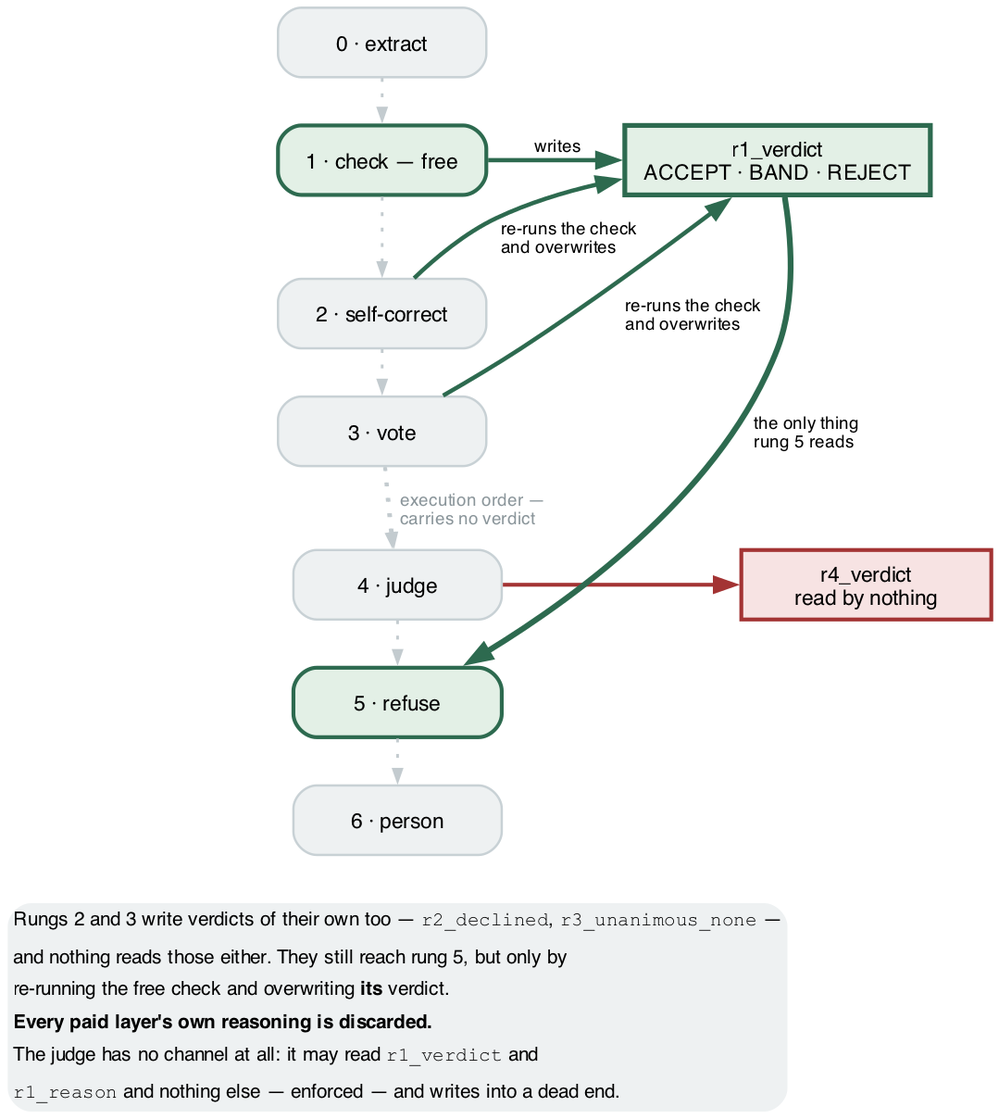
Earlier version of the Graphviz export docs/figures/fig1-wiring.png (wbagais/reliability-ladder). Its source is kept beside it as docs/figures/fig1-wiring.dot.
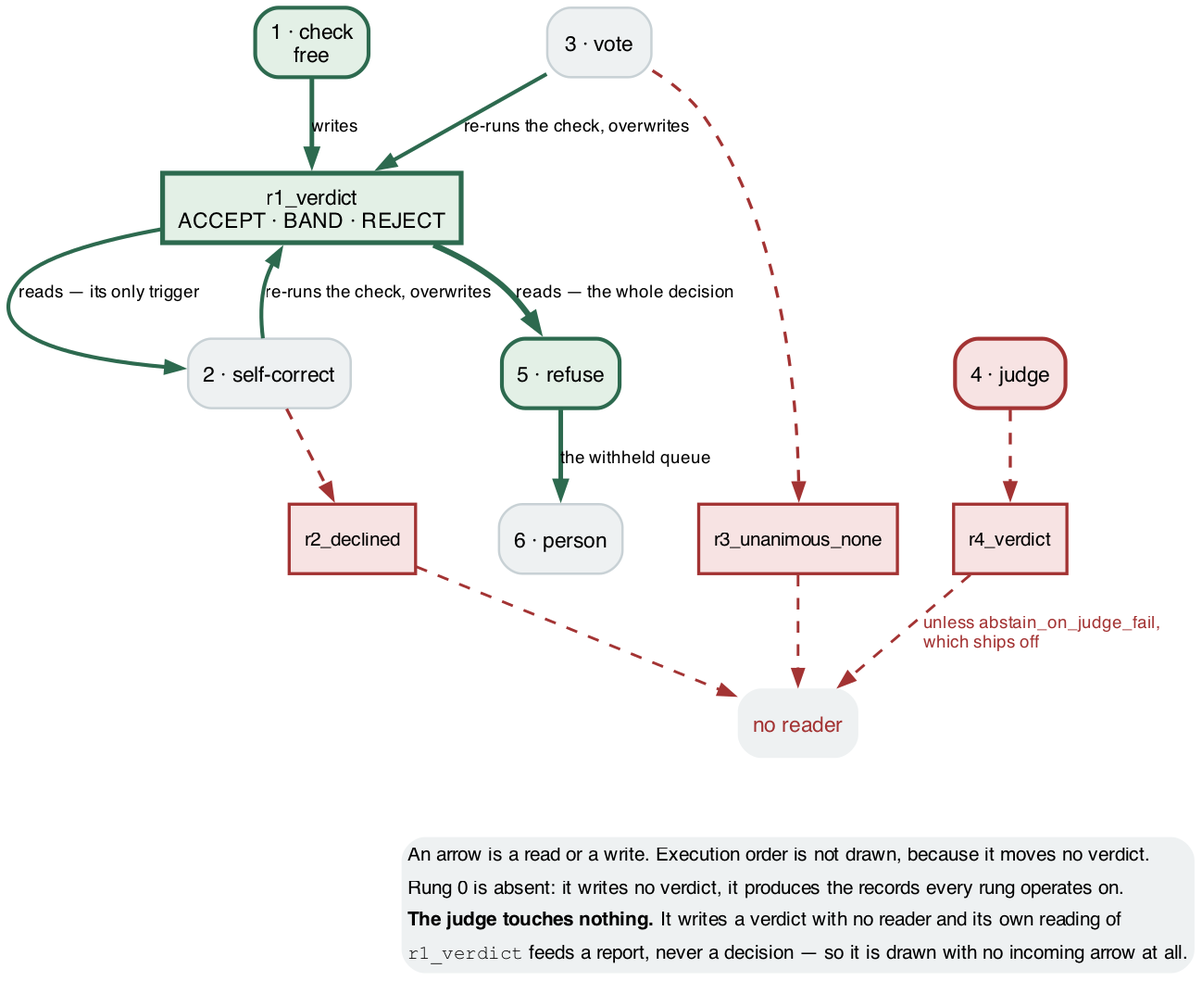
After the change.

Commit message:
redraw the wiring figure again: an arrow means a read or a write

Diff of the diagram source:
```diff
@@ -1,42 +1,45 @@
-digraph wiring {
-  rankdir=TB; bgcolor="white"; ranksep=0.34; nodesep=0.5;
+digraph verdicts {
+  rankdir=TB; bgcolor="white"; ranksep=0.55; nodesep=0.4;
   node [shape=box style="filled,rounded" fontname="Helvetica" fontsize=11
-        fillcolor="#eef1f2" color="#c8d1d5" penwidth=1.2 width=1.5];
-  edge [fontname="Helvetica" fontsize=9];
+        fillcolor="#eef1f2" color="#c8d1d5" penwidth=1.2];
+  edge [fontname="Helvetica" fontsize=9 arrowsize=0.8];
 
-  R0 [label="0 · extract"];
-  R1 [label="1 · check — free" fillcolor="#e3f0e6" color="#2d6a4f" penwidth=2];
+  R1 [label="1 · check\nfree" fillcolor="#e3f0e6" color="#2d6a4f" penwidth=2];
   R2 [label="2 · self-correct"];
   R3 [label="3 · vote"];
-  R4 [label="4 · judge"];
+  R4 [label="4 · judge" fillcolor="#f7e3e3" color="#a33333" penwidth=2];
   R5 [label="5 · refuse" fillcolor="#e3f0e6" color="#2d6a4f" penwidth=2];
   R6 [label="6 · person"];
-  R0 -> R1 -> R2 -> R3 -> R4 -> R5 -> R6
-     [style=dotted color="#c3cbcf" arrowsize=0.6 penwidth=1.4];
-  R3 -> R4 [style=dotted color="#c3cbcf" arrowsize=0.6 penwidth=1.4
-            label="  execution order —\l  carries no verdict\l" fontcolor="#8a959a"];
 
-  V [label="r1_verdict\nACCEPT · BAND · REJECT" fillcolor="#e3f0e6"
-     color="#2d6a4f" penwidth=2.5 style="filled" width=2.2];
-  D [label="r4_verdict\nread by nothing" fillcolor="#f7e3e3" color="#a33333"
-     penwidth=2 style="filled" width=1.8];
+  V [label="r1_verdict\nACCEPT · BAND · REJECT" style=filled fillcolor="#e3f0e6"
+     color="#2d6a4f" penwidth=2.5 shape=box];
+  D2 [label="r2_declined" style=filled fillcolor="#f7e3e3" color="#a33333" penwidth=1.6 fontsize=10];
+  D3 [label="r3_unanimous_none" style=filled fillcolor="#f7e3e3" color="#a33333" penwidth=1.6 fontsize=10];
+  D4 [label="r4_verdict" style=filled fillcolor="#f7e3e3" color="#a33333" penwidth=1.6 fontsize=10];
+  NR [label="no reader" shape=plaintext fontcolor="#a33333" fontsize=11];
 
-  R1 -> V [color="#2d6a4f" penwidth=2.2 label=" writes" constraint=false];
-  R2 -> V [color="#2d6a4f" penwidth=2.2 label=" re-runs the check\l and overwrites\l" constraint=false];
-  R3 -> V [color="#2d6a4f" penwidth=2.2 label=" re-runs the check\l and overwrites\l" constraint=false];
-  V -> R5 [color="#2d6a4f" penwidth=3 label="the only thing\lrung 5 reads\l" constraint=false labeldistance=2];
-  R4 -> D [color="#a33333" penwidth=2 constraint=false];
+  R1 -> V  [color="#2d6a4f" penwidth=2.4 label="writes"];
+  V  -> R2 [color="#2d6a4f" penwidth=2.0 label="reads — its only trigger"];
+  R2 -> V  [color="#2d6a4f" penwidth=2.0 label="re-runs the check, overwrites"];
+  R3 -> V  [color="#2d6a4f" penwidth=2.0 label="re-runs the check, overwrites"];
+  V  -> R5 [color="#2d6a4f" penwidth=3.0 label="reads — the whole decision"];
+  R5 -> R6 [color="#2d6a4f" penwidth=2.4 label="the withheld queue"];
+
+  R2 -> D2 [color="#a33333" penwidth=1.6 style=dashed];
+  R3 -> D3 [color="#a33333" penwidth=1.6 style=dashed];
+  R4 -> D4 [color="#a33333" penwidth=1.6 style=dashed];
+  D2 -> NR [color="#a33333" penwidth=1.4 style=dashed];
+  D3 -> NR [color="#a33333" penwidth=1.4 style=dashed];
+  D4 -> NR [color="#a33333" penwidth=1.4 style=dashed
+            label="unless abstain_on_judge_fail,\lwhich ships off\l" fontcolor="#a33333"];
 
   note [shape=none margin=0 label=<
     <TABLE BORDER="0" CELLBORDER="0" CELLSPACING="0" CELLPADDING="3">
-      <TR><TD ALIGN="LEFT"><FONT POINT-SIZE="10">Rungs 2 and 3 write verdicts of their own too — <FONT FACE="Courier">r2_declined</FONT>, <FONT FACE="Courier">r3_unanimous_none</FONT> —</FONT></TD></TR>
-      <TR><TD ALIGN="LEFT"><FONT POINT-SIZE="10">and nothing reads those either. They still reach rung 5, but only by</FONT></TD></TR>
-      <TR><TD ALIGN="LEFT"><FONT POINT-SIZE="10">re-running the free check and overwriting <B>its</B> verdict.</FONT></TD></TR>
-      <TR><TD ALIGN="LEFT"><FONT POINT-SIZE="10"><B>Every paid layer&#39;s own reasoning is discarded.</B></FONT></TD></TR>
-      <TR><TD ALIGN="LEFT"><FONT POINT-SIZE="10">The judge has no channel at all: it may read <FONT FACE="Courier">r1_verdict</FONT> and</FONT></TD></TR>
-      <TR><TD ALIGN="LEFT"><FONT POINT-SIZE="10"><FONT FACE="Courier">r1_reason</FONT> and nothing else — enforced — and writes into a dead end.</FONT></TD></TR>
+      <TR><TD ALIGN="LEFT"><FONT POINT-SIZE="10">An arrow is a read or a write. Execution order is not drawn, because it moves no verdict.</FONT></TD></TR>
+      <TR><TD ALIGN="LEFT"><FONT POINT-SIZE="10">Rung 0 is absent: it writes no verdict, it produces the records every rung operates on.</FONT></TD></TR>
+      <TR><TD ALIGN="LEFT"><FONT POINT-SIZE="10"><B>The judge touches nothing.</B> It writes a verdict with no reader and its own reading of</FONT></TD></TR>
+      <TR><TD ALIGN="LEFT"><FONT POINT-SIZE="10"><FONT FACE="Courier">r1_verdict</FONT> feeds a report, never a decision — so it is drawn with no incoming arrow at all.</FONT></TD></TR>
     </TABLE>>];
-  R6 -> note [style=invis];
-  {rank=same; R1; V;}
-  {rank=same; R4; D;}
+  NR -> note [style=invis];
+  {rank=same; D2; D3; D4;}
 }
```
